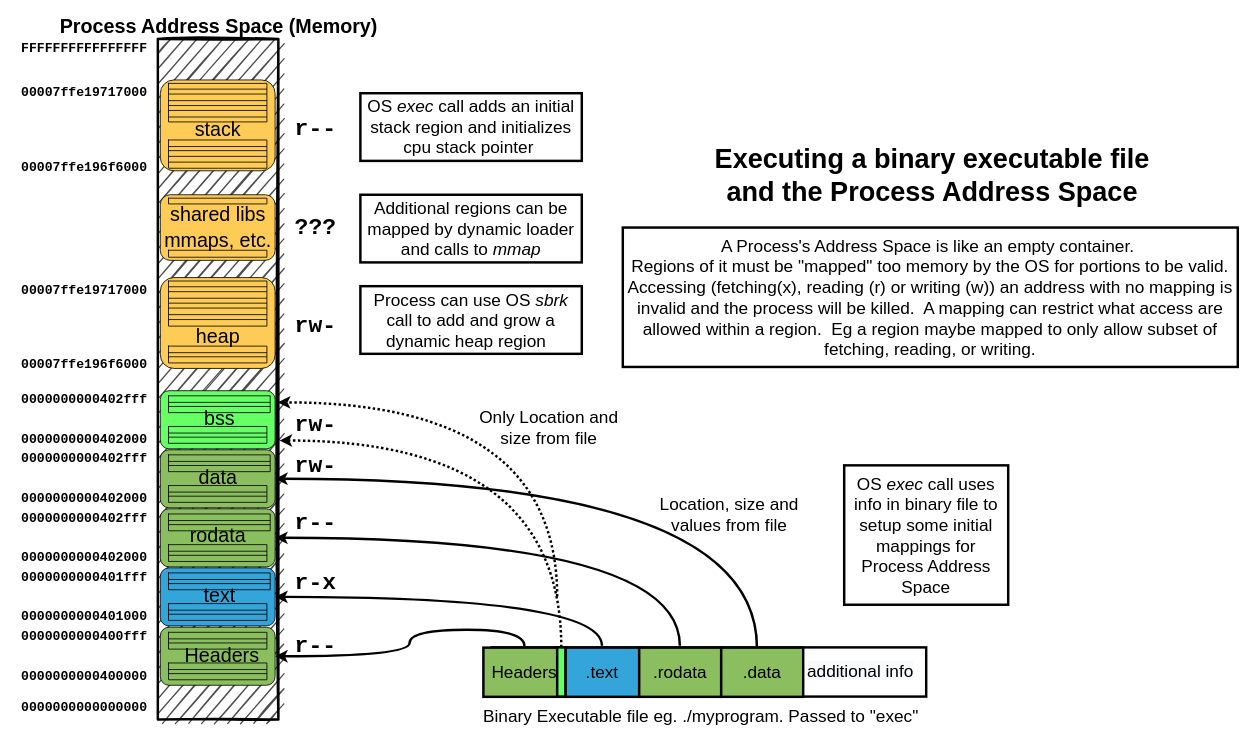
Above: page "AddressSpace" (4 of 7) of textbook/images/src/stack.drawio in e-arlo-be/UndertheCovers (draw.io), before the change. Source tidied: cells renumbered, new cells numbered last; positions are measured from the earlier drawing's top-left corner, leaving out a move shared by most shapes. Both pictures are drawn from the tidied source at 82%, with x=0, y=0 at pixel (14, 14).
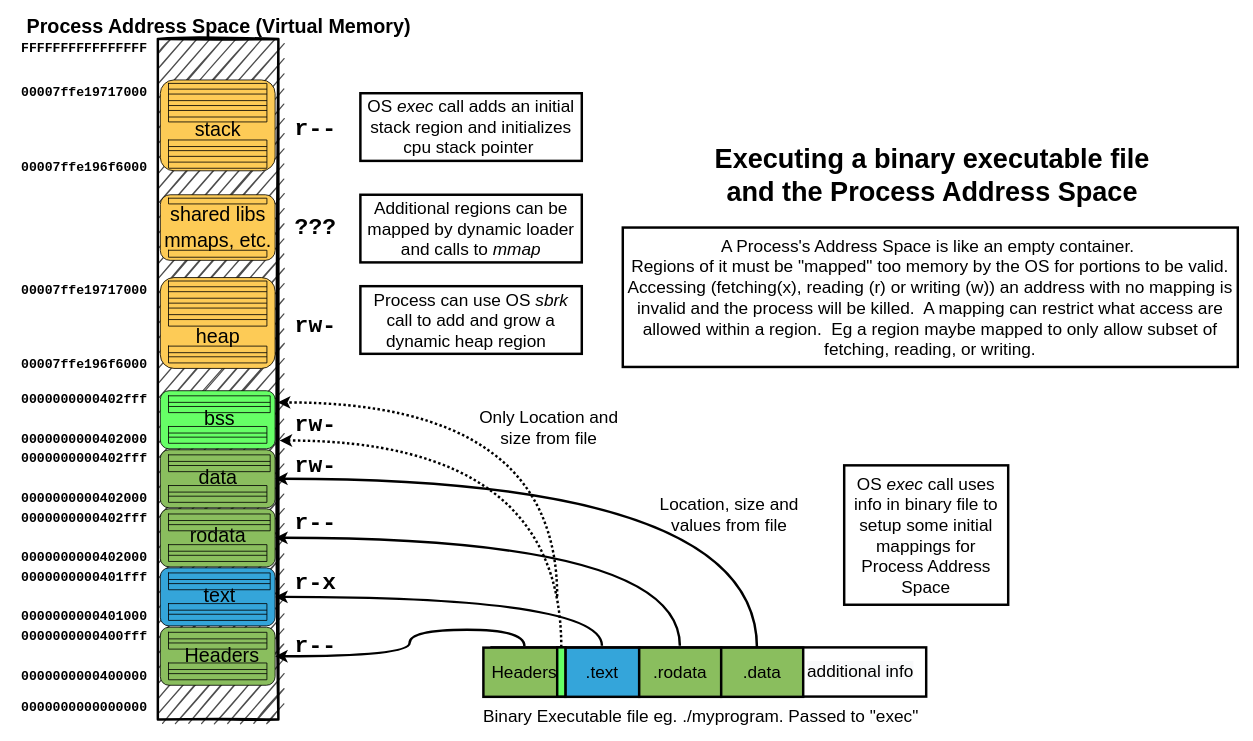
After the change.

What changed in the source:
```diff
@@
-    <mxCell id="3" value="&lt;b&gt;Process Address Space (Memory)&lt;/b&gt;" style="text;html=1;align=center;verticalAlign=middle;fillColor=none;strokeColor=none;rounded=0;fontSize=24;" parent="1" vertex="1">
-      <mxGeometry x="48.5" width="400" height="30" as="geometry" />
+    <mxCell id="3" value="&lt;b&gt;Process Address Space (Virtual Memory)&lt;/b&gt;" style="text;html=1;align=center;verticalAlign=middle;fillColor=none;strokeColor=none;rounded=0;fontSize=24;" parent="1" vertex="1">
+      <mxGeometry x="8.5" width="480" height="30" as="geometry" />
     </mxCell>
```
